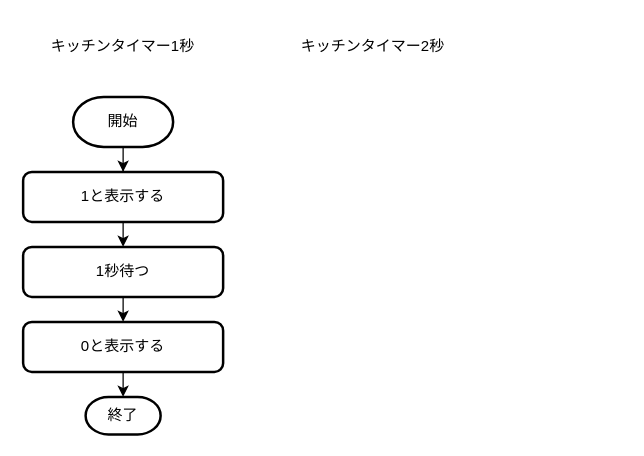
Repy/informatics-web keeps this draw.io diagram as flowchart/f1.drawio. Above is the earlier version. Source tidied: cells renumbered, new cells numbered last; positions are measured from the earlier drawing's top-left corner, leaving out a move shared by most shapes. Both pictures are drawn from the tidied source at 125%, with x=0, y=0 at pixel (22, 21).
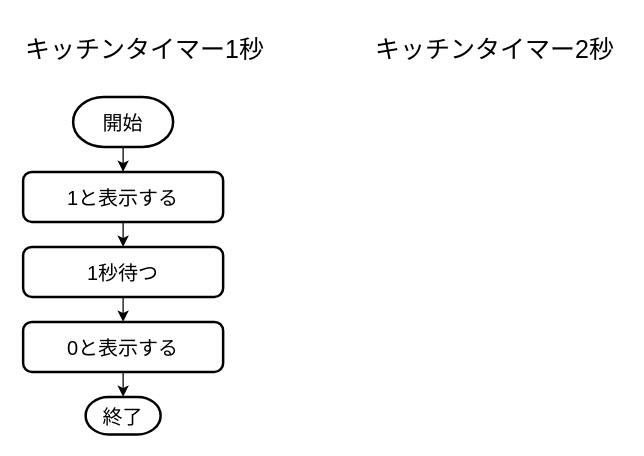
The same page after the edit.

What changed in the source:
```diff
@@
 <mxGraphModel>
   <root>
     <mxCell id="0" />
     <mxCell id="1" parent="0" />
-    <mxCell id="2" style="edgeStyle=orthogonalEdgeStyle;rounded=0;jettySize=auto;html=1;exitX=0.5;exitY=1;exitDx=0;exitDy=0;exitPerimeter=0;" parent="1" edge="1" source="3" target="6">
+    <mxCell id="2" style="edgeStyle=orthogonalEdgeStyle;rounded=0;jettySize=auto;exitX=0.5;exitY=1;exitDx=0;exitDy=0;exitPerimeter=0;fontFamily=BIZ UDPGothic;fontSize=16;" parent="1" edge="1" source="3" target="6">
       <mxGeometry relative="1" as="geometry" />
     </mxCell>
-    <mxCell id="3" value="開始" style="strokeWidth=2;html=1;shape=mxgraph.flowchart.terminator;whiteSpace=wrap;" parent="1" vertex="1">
+    <mxCell id="3" value="開始" style="strokeWidth=2;shape=mxgraph.flowchart.terminator;fontFamily=BIZ UDPGothic;fontSize=16;" parent="1" vertex="1">
       <mxGeometry x="40" y="60" width="80" height="40" as="geometry" />
     </mxCell>
-    <mxCell id="4" value="終了" style="strokeWidth=2;html=1;shape=mxgraph.flowchart.terminator;whiteSpace=wrap;" parent="1" vertex="1">
+    <mxCell id="4" value="終了" style="strokeWidth=2;shape=mxgraph.flowchart.terminator;fontFamily=BIZ UDPGothic;fontSize=16;" parent="1" vertex="1">
       <mxGeometry x="50" y="300" width="60" height="30" as="geometry" />
     </mxCell>
-    <mxCell id="5" style="edgeStyle=orthogonalEdgeStyle;rounded=0;jettySize=auto;html=1;exitX=0.5;exitY=1;exitDx=0;exitDy=0;entryX=0.5;entryY=0;entryDx=0;entryDy=0;" parent="1" edge="1" source="6" target="8">
+    <mxCell id="5" style="edgeStyle=orthogonalEdgeStyle;rounded=0;jettySize=auto;exitX=0.5;exitY=1;exitDx=0;exitDy=0;entryX=0.5;entryY=0;entryDx=0;entryDy=0;fontFamily=BIZ UDPGothic;fontSize=16;" parent="1" edge="1" source="6" target="8">
       <mxGeometry relative="1" as="geometry" />
     </mxCell>
-    <mxCell id="6" value="1と表示する" style="rounded=1;whiteSpace=wrap;html=1;absoluteArcSize=1;arcSize=14;strokeWidth=2;" parent="1" vertex="1">
+    <mxCell id="6" value="1と表示する" style="rounded=1;absoluteArcSize=1;arcSize=14;strokeWidth=2;fontFamily=BIZ UDPGothic;fontSize=16;" parent="1" vertex="1">
       <mxGeometry y="120" width="160" height="40" as="geometry" />
     </mxCell>
-    <mxCell id="7" style="edgeStyle=orthogonalEdgeStyle;rounded=0;jettySize=auto;html=1;exitX=0.5;exitY=1;exitDx=0;exitDy=0;entryX=0.5;entryY=0;entryDx=0;entryDy=0;" parent="1" edge="1" source="8" target="10">
+    <mxCell id="7" style="edgeStyle=orthogonalEdgeStyle;rounded=0;jettySize=auto;exitX=0.5;exitY=1;exitDx=0;exitDy=0;entryX=0.5;entryY=0;entryDx=0;entryDy=0;fontFamily=BIZ UDPGothic;fontSize=16;" parent="1" edge="1" source="8" target="10">
       <mxGeometry relative="1" as="geometry" />
     </mxCell>
-    <mxCell id="8" value="1秒待つ" style="rounded=1;whiteSpace=wrap;html=1;absoluteArcSize=1;arcSize=14;strokeWidth=2;" parent="1" vertex="1">
+    <mxCell id="8" value="1秒待つ" style="rounded=1;absoluteArcSize=1;arcSize=14;strokeWidth=2;fontFamily=BIZ UDPGothic;fontSize=16;" parent="1" vertex="1">
       <mxGeometry y="180" width="160" height="40" as="geometry" />
     </mxCell>
-    <mxCell id="9" style="edgeStyle=orthogonalEdgeStyle;rounded=0;jettySize=auto;html=1;exitX=0.5;exitY=1;exitDx=0;exitDy=0;entryX=0.5;entryY=0;entryDx=0;entryDy=0;entryPerimeter=0;" parent="1" edge="1" source="10" target="4">
+    <mxCell id="9" style="edgeStyle=orthogonalEdgeStyle;rounded=0;jettySize=auto;exitX=0.5;exitY=1;exitDx=0;exitDy=0;entryX=0.5;entryY=0;entryDx=0;entryDy=0;entryPerimeter=0;fontFamily=BIZ UDPGothic;fontSize=16;" parent="1" edge="1" source="10" target="4">
       <mxGeometry relative="1" as="geometry" />
     </mxCell>
-    <mxCell id="10" value="0と表示する" style="rounded=1;whiteSpace=wrap;html=1;absoluteArcSize=1;arcSize=14;strokeWidth=2;" parent="1" vertex="1">
+    <mxCell id="10" value="0と表示する" style="rounded=1;absoluteArcSize=1;arcSize=14;strokeWidth=2;fontFamily=BIZ UDPGothic;fontSize=16;" parent="1" vertex="1">
       <mxGeometry y="240" width="160" height="40" as="geometry" />
     </mxCell>
-    <mxCell id="11" value="キッチンタイマー2秒" style="text;html=1;strokeColor=none;fillColor=none;align=center;verticalAlign=middle;whiteSpace=wrap;rounded=0;" parent="1" vertex="1">
-      <mxGeometry x="200" width="160" height="40" as="geometry" />
+    <mxCell id="11" value="キッチンタイマー2秒" style="text;strokeColor=none;fillColor=none;align=left;verticalAlign=middle;rounded=0;fontFamily=BIZ UDPGothic;fontSize=20;" parent="1" vertex="1">
+      <mxGeometry x="280" width="200" height="40" as="geometry" />
     </mxCell>
-    <mxCell id="12" value="キッチンタイマー1秒" style="text;html=1;strokeColor=none;fillColor=none;align=center;verticalAlign=middle;whiteSpace=wrap;rounded=0;" parent="1" vertex="1">
-      <mxGeometry width="160" height="40" as="geometry" />
+    <mxCell id="12" value="キッチンタイマー1秒" style="text;strokeColor=none;fillColor=none;align=left;verticalAlign=middle;rounded=0;fontFamily=BIZ UDPGothic;fontSize=20;" parent="1" vertex="1">
+      <mxGeometry width="200" height="40" as="geometry" />
     </mxCell>
   </root>
 </mxGraphModel>
```
